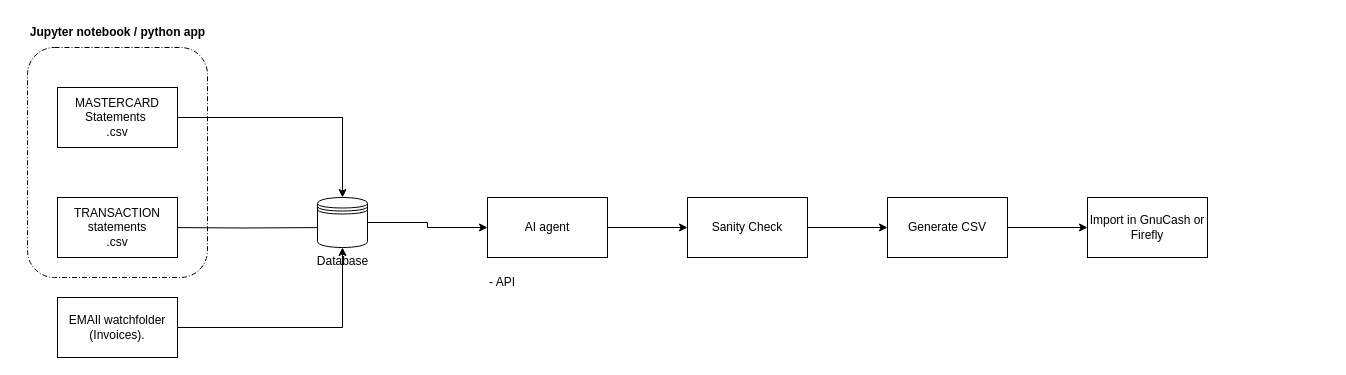
Above: AI agent for finances.drawio in quentinbnt/schema (draw.io), before the change. Source tidied: cells renumbered, new cells numbered last; positions are measured from the earlier drawing's top-left corner, leaving out a move shared by most shapes. Both pictures are drawn from the tidied source at 100%, with x=0, y=0 at pixel (17, 17).
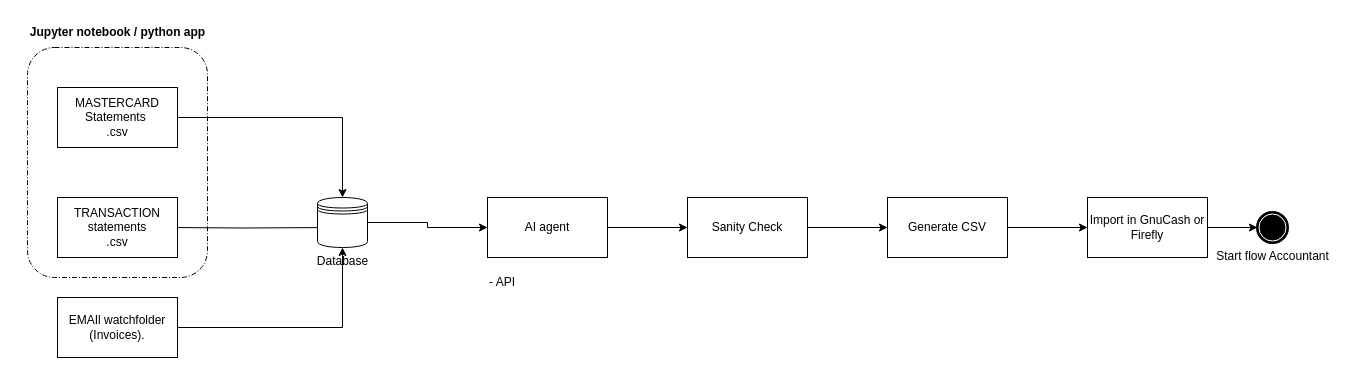
Above is the later version.

Unchanged cells that the change refers to:
```xml
<mxCell id="17" value="Import in GnuCash or Firefly" style="rounded=0;whiteSpace=wrap;html=1;" parent="1" vertex="1">
  <mxGeometry x="1070" y="180" width="120" height="60" as="geometry" />
</mxCell>
```

What changed in the source:
```diff
@@
+    <mxCell id="20" value="Start flow Accountant" style="points=[[0.145,0.145,0],[0.5,0,0],[0.855,0.145,0],[1,0.5,0],[0.855,0.855,0],[0.5,1,0],[0.145,0.855,0],[0,0.5,0]];shape=mxgraph.bpmn.event;html=1;verticalLabelPosition=bottom;labelBackgroundColor=#ffffff;verticalAlign=top;align=center;perimeter=ellipsePerimeter;outlineConnect=0;outline=end;symbol=terminate;" parent="1" vertex="1">
+      <mxGeometry x="1240" y="195" width="30" height="30" as="geometry" />
+    </mxCell>
+    <mxCell id="21" style="edgeStyle=orthogonalEdgeStyle;rounded=0;jettySize=auto;html=1;entryX=0;entryY=0.5;entryDx=0;entryDy=0;entryPerimeter=0;" parent="1" edge="1" source="17" target="20">
+      <mxGeometry relative="1" as="geometry" />
+    </mxCell>
```
